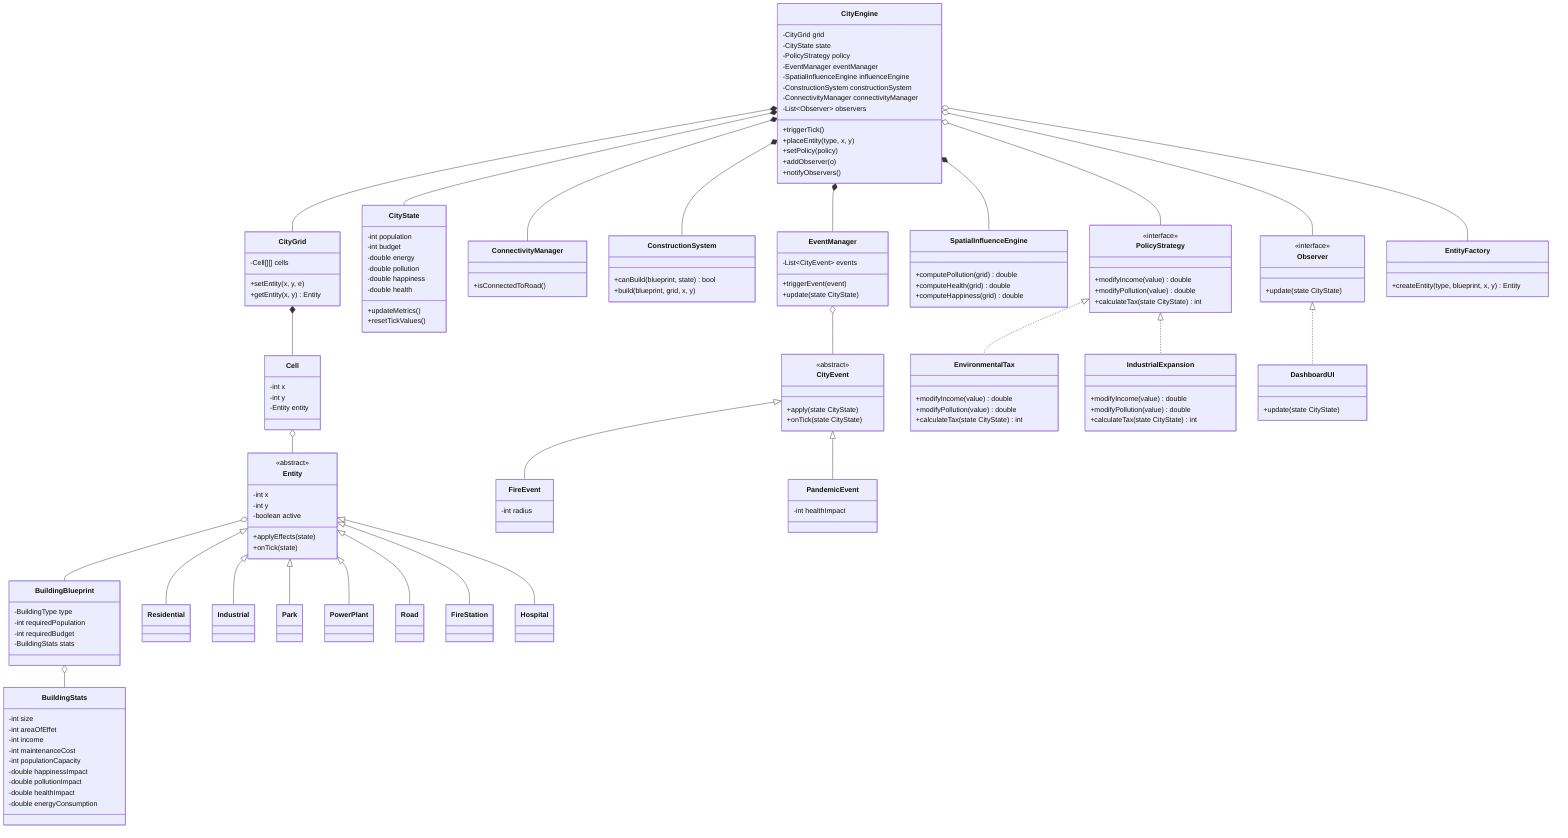
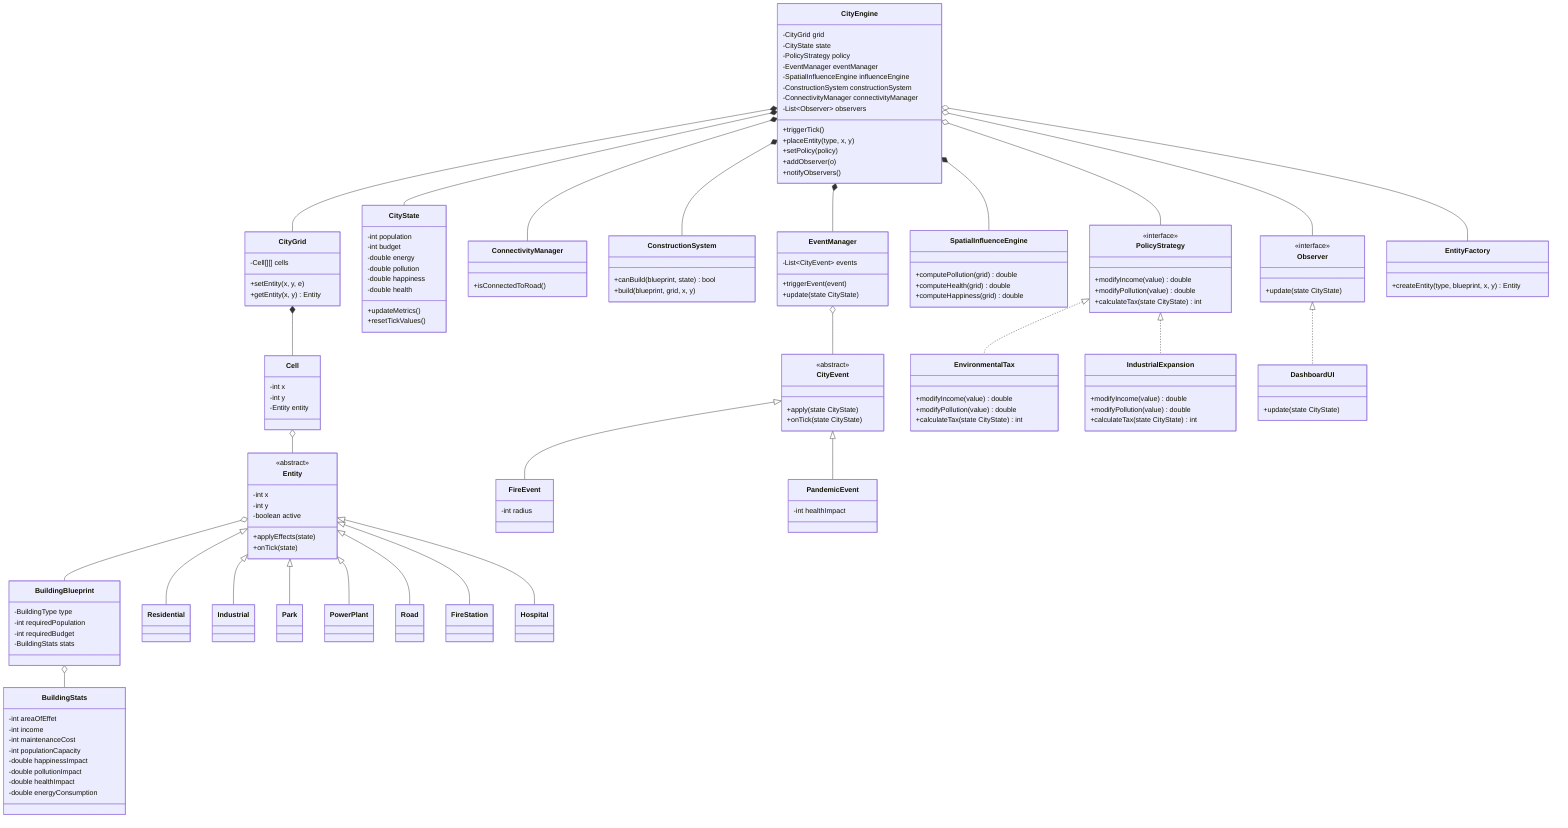
classDiagram

%% ===================== ENGINE =====================

class CityEngine {
    -CityGrid grid
    -CityState state
    -PolicyStrategy policy
    -EventManager eventManager
    -SpatialInfluenceEngine influenceEngine
    -ConstructionSystem constructionSystem
    -ConnectivityManager connectivityManager
    -List~Observer~ observers

    +triggerTick()
    +placeEntity(type, x, y)
    +setPolicy(policy)
    +addObserver(o)
    +notifyObservers()
}

class CityGrid {
    -Cell[][] cells
    +setEntity(x, y, e)
    +getEntity(x, y) Entity
}

class Cell {
    -int x
    -int y
    -Entity entity
}

class CityState {
    -int population
    -int budget
    -double energy
    -double pollution
    -double happiness
    -double health

    +updateMetrics()
    +resetTickValues()
}

%% ===================== ENTITY CORE =====================

class Entity {
    <<abstract>>
    -int x
    -int y
    -boolean active

    +applyEffects(state)
    +onTick(state)
}

class BuildingBlueprint {
    -BuildingType type
    -int requiredPopulation
    -int requiredBudget
    -BuildingStats stats
}

class BuildingStats {
-     -int size
    -int areaOfEffet
    -int income
    -int maintenanceCost
    -int populationCapacity
    -double happinessImpact
    -double pollutionImpact
    -double healthImpact
    -double energyConsumption
}

%% ===================== ENTITIES =====================

class Residential {
}

class Industrial {
}

class Park {
}

class PowerPlant {
}

class Road {
}

class FireStation {
}

class Hospital

%% ===================== SYSTEMS =====================
class ConnectivityManager {
    +isConnectedToRoad()
}

class ConstructionSystem {
    +canBuild(blueprint, state) bool
    +build(blueprint, grid, x, y)
}

class EventManager {
    -List~CityEvent~ events
    +triggerEvent(event)
    +update(state CityState)
}

class CityEvent {
    <<abstract>>
    +apply(state CityState)
    +onTick(state CityState)
}

class FireEvent {
    -int radius
}

class PandemicEvent {
    -int healthImpact
}

class SpatialInfluenceEngine {
    +computePollution(grid) double
    +computeHealth(grid) double
    +computeHappiness(grid) double
}

%% ===================== POLICY =====================

class PolicyStrategy {
    <<interface>>
    +modifyIncome(value) double
    +modifyPollution(value) double
    +calculateTax(state CityState) int
}

class EnvironmentalTax {
    +modifyIncome(value) double
    +modifyPollution(value) double
    +calculateTax(state CityState) int
}

class IndustrialExpansion {
    +modifyIncome(value) double
    +modifyPollution(value) double
    +calculateTax(state CityState) int
}

%% ===================== OBSERVER =====================

class Observer {
    <<interface>>
    +update(state CityState)
}

class DashboardUI {
    +update(state CityState)
}

%% ===================== FACTORY =====================

class EntityFactory {
    +createEntity(type, blueprint, x, y) Entity
}

%% ===================== RELATIONSHIPS =====================

CityEngine *-- CityGrid
CityEngine *-- CityState
CityEngine *-- EventManager
CityEngine *-- ConnectivityManager
CityEngine *-- SpatialInfluenceEngine
CityEngine *-- ConstructionSystem
CityEngine o-- EntityFactory

CityEngine o-- PolicyStrategy
CityEngine o-- Observer

CityGrid *-- Cell
Cell o-- Entity

Entity <|-- Residential
Entity <|-- Industrial
Entity <|-- Park
Entity <|-- PowerPlant
Entity <|-- Road
Entity <|-- FireStation
Entity <|-- Hospital

Entity o-- BuildingBlueprint
BuildingBlueprint o-- BuildingStats

PolicyStrategy <|.. EnvironmentalTax
PolicyStrategy <|.. IndustrialExpansion

Observer <|.. DashboardUI

EventManager o-- CityEvent
CityEvent <|-- FireEvent
CityEvent <|-- PandemicEvent
